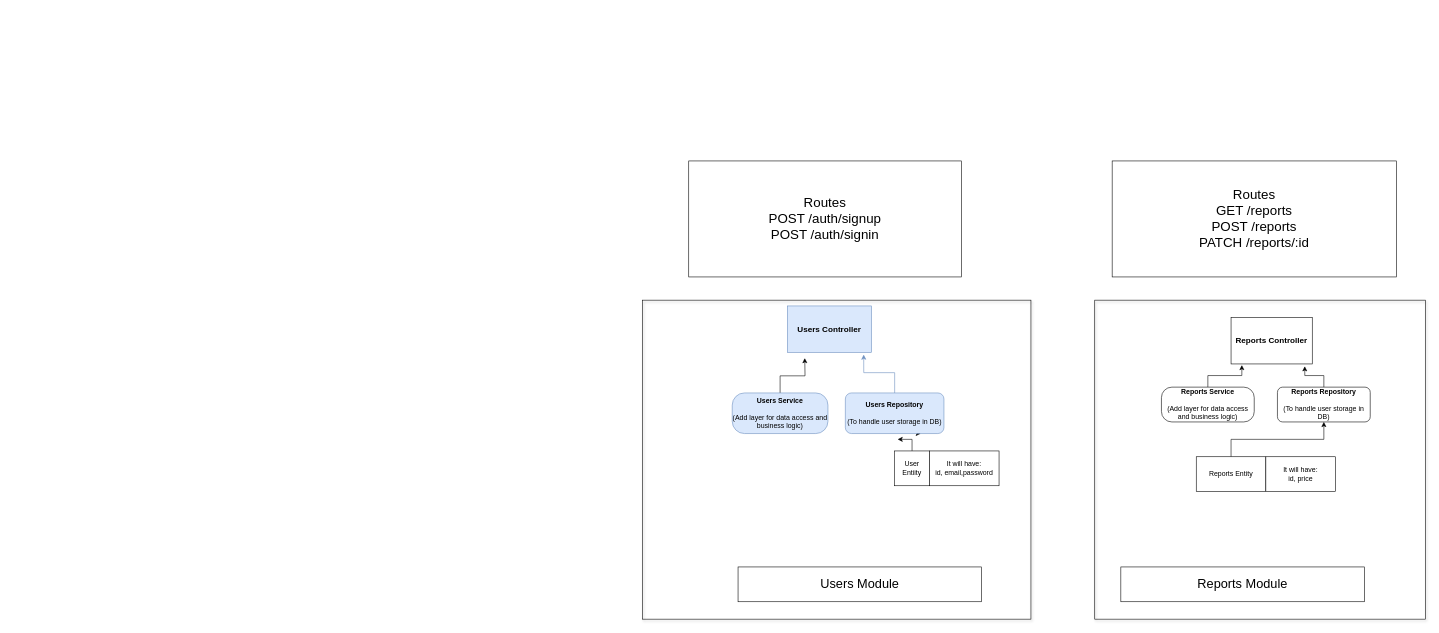
Above: used-cars.drawio in aleksandarLazic1998/nest-used-cars-api (draw.io), before the change. Source tidied: cells renumbered, new cells numbered last; positions are measured from the earlier drawing's top-left corner, leaving out a move shared by most shapes. Both pictures are drawn from the tidied source at 58%, with x=0, y=0 at pixel (642, 161).
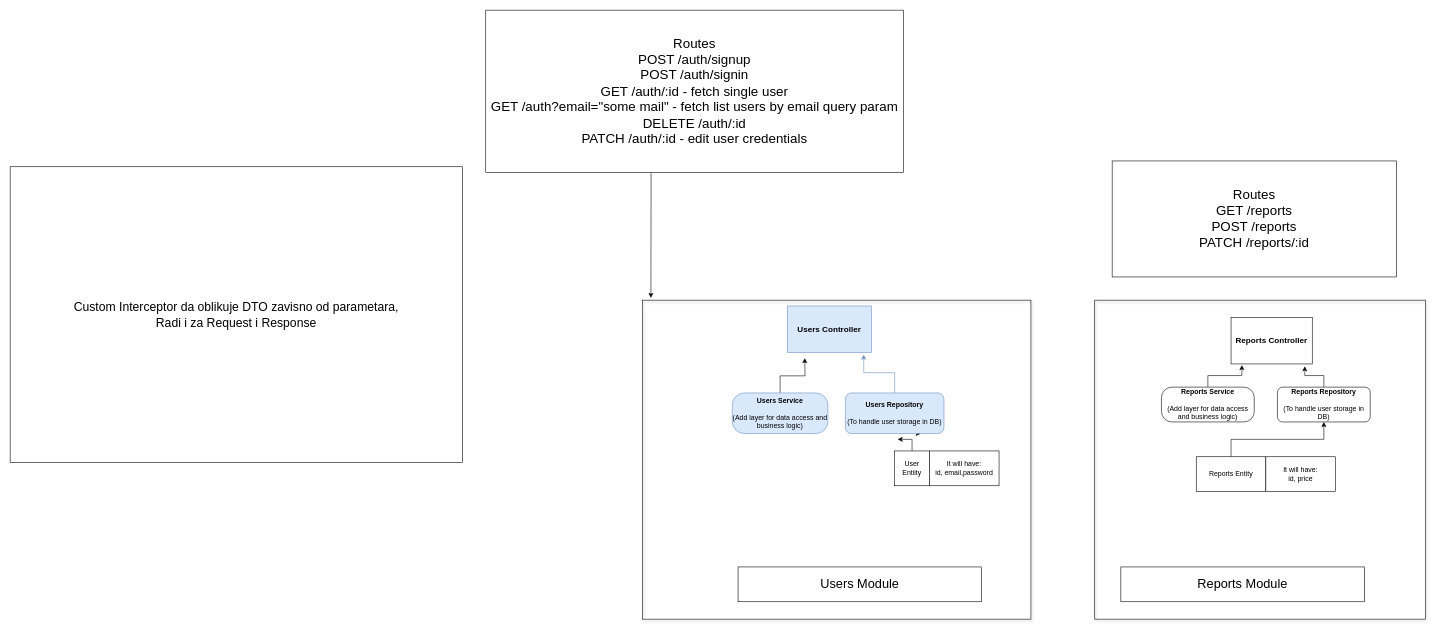
After the change.

Unchanged cells that the change refers to:
```xml
<mxCell id="13" style="rounded=0;html=1;glass=1;fillColor=none;shadow=1;strokeColor=default;labelBackgroundColor=default;labelBorderColor=none;textOpacity=0;fillStyle=zigzag-line;" parent="1" vertex="1">
  <mxGeometry y="240" width="670" height="550" as="geometry" />
</mxCell>
```

Change to the diagram source:
```diff
@@
+    <mxCell id="25" style="edgeStyle=orthogonalEdgeStyle;rounded=0;jettySize=auto;html=1;entryX=0.022;entryY=-0.007;entryDx=0;entryDy=0;entryPerimeter=0;" parent="1" edge="1" source="23" target="13">
+      <mxGeometry relative="1" as="geometry">
+        <Array as="points">
+          <mxPoint x="15" y="70" />
+          <mxPoint x="15" y="70" />
+        </Array>
+      </mxGeometry>
+    </mxCell>
-    <mxCell id="23" value="&lt;font style=&quot;font-size: 23px;&quot;&gt;Routes&lt;br&gt;POST /auth/signup&lt;br&gt;POST /auth/signin&lt;br&gt;&lt;/font&gt;" style="rounded=0;whiteSpace=wrap;html=1;" parent="1" vertex="1">
-      <mxGeometry x="80" width="470" height="200" as="geometry" />
+    <mxCell id="23" value="&lt;font style=&quot;font-size: 23px;&quot;&gt;Routes&lt;br&gt;POST /auth/signup&lt;br&gt;POST /auth/signin&lt;br&gt;GET /auth/:id - fetch single user&lt;br&gt;GET /auth?email=&quot;some mail&quot; - fetch list users by email query param&lt;br&gt;DELETE /auth/:id&lt;br&gt;PATCH /auth/:id - edit user credentials&lt;br style=&quot;border-color: var(--border-color);&quot;&gt;&lt;/font&gt;" style="rounded=0;whiteSpace=wrap;html=1;" parent="1" vertex="1">
+      <mxGeometry x="-270" y="-260" width="720" height="280" as="geometry" />
     </mxCell>
@@
+    <mxCell id="26" value="&lt;font style=&quot;font-size: 21px;&quot;&gt;Custom Interceptor da oblikuje DTO zavisno od parametara,&lt;br&gt;Radi i za Request i Response&lt;br&gt;&lt;/font&gt;" style="rounded=0;whiteSpace=wrap;html=1;" parent="1" vertex="1">
+      <mxGeometry x="-1090" y="10" width="780" height="510" as="geometry" />
+    </mxCell>
```
